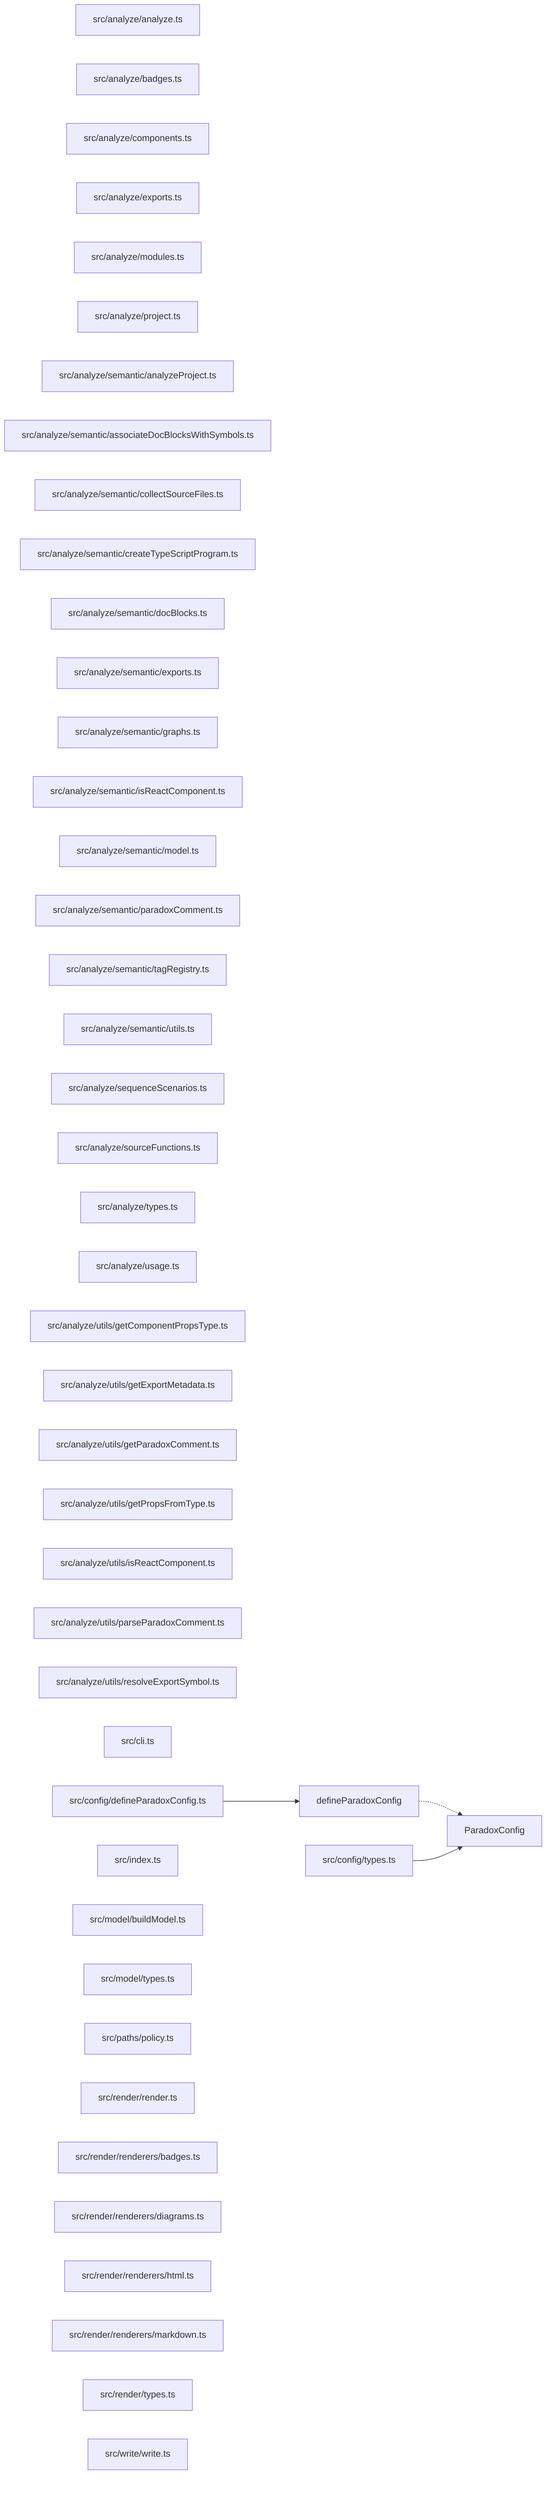
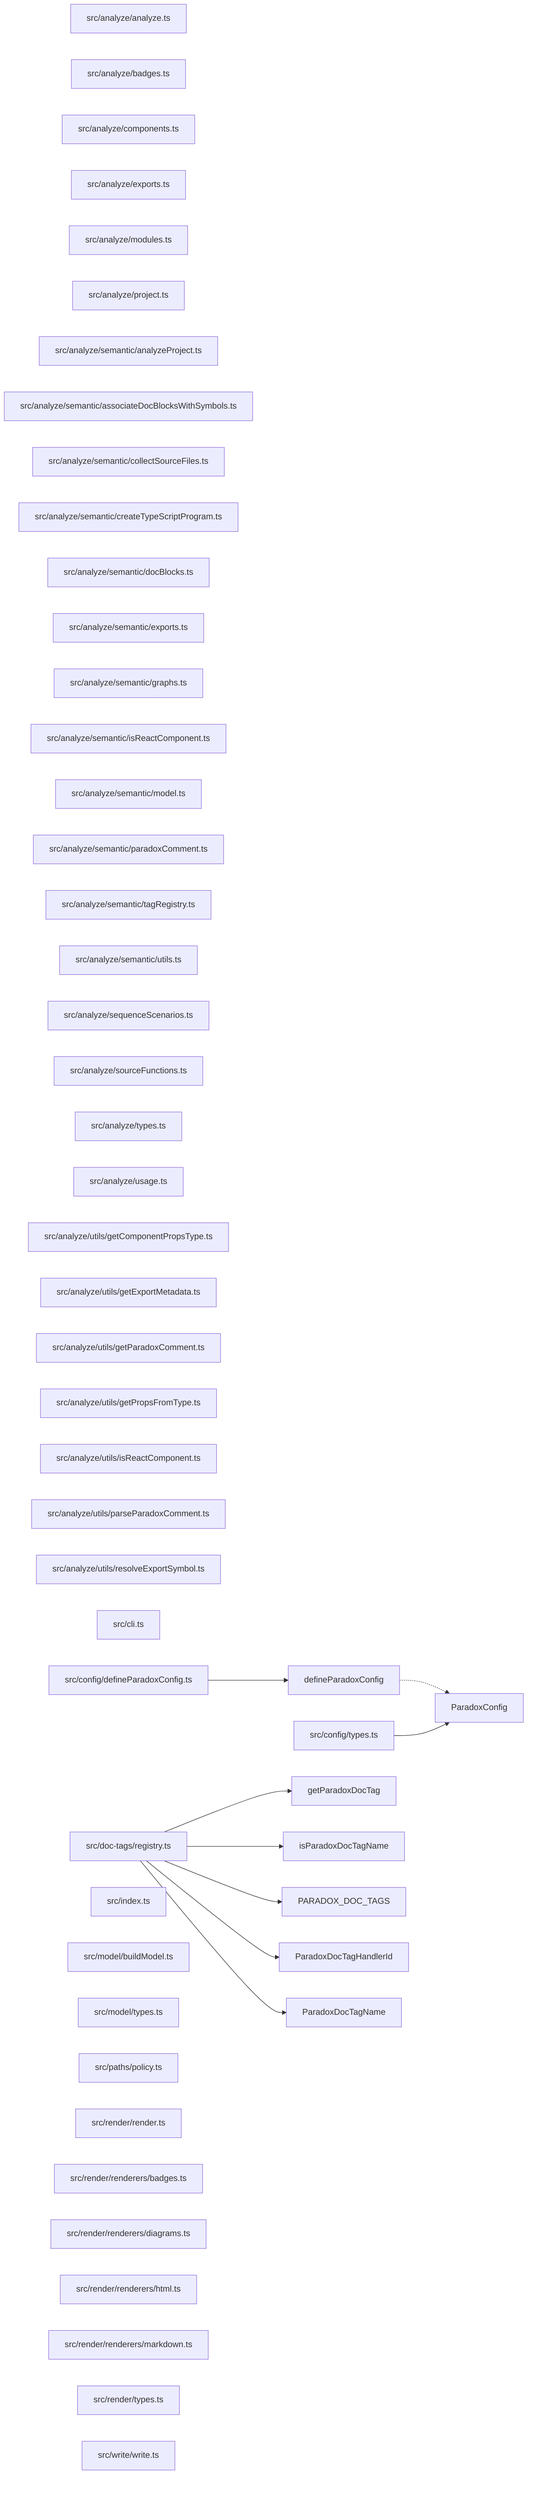
graph LR
  module_src_analyze_analyze_ts["src/analyze/analyze.ts"]
  module_src_analyze_badges_ts["src/analyze/badges.ts"]
  module_src_analyze_components_ts["src/analyze/components.ts"]
  module_src_analyze_exports_ts["src/analyze/exports.ts"]
  module_src_analyze_modules_ts["src/analyze/modules.ts"]
  module_src_analyze_project_ts["src/analyze/project.ts"]
  module_src_analyze_semantic_analyzeProject_ts["src/analyze/semantic/analyzeProject.ts"]
  module_src_analyze_semantic_associateDocBlocksWithSymbols_ts["src/analyze/semantic/associateDocBlocksWithSymbols.ts"]
  module_src_analyze_semantic_collectSourceFiles_ts["src/analyze/semantic/collectSourceFiles.ts"]
  module_src_analyze_semantic_createTypeScriptProgram_ts["src/analyze/semantic/createTypeScriptProgram.ts"]
  module_src_analyze_semantic_docBlocks_ts["src/analyze/semantic/docBlocks.ts"]
  module_src_analyze_semantic_exports_ts["src/analyze/semantic/exports.ts"]
  module_src_analyze_semantic_graphs_ts["src/analyze/semantic/graphs.ts"]
  module_src_analyze_semantic_isReactComponent_ts["src/analyze/semantic/isReactComponent.ts"]
  module_src_analyze_semantic_model_ts["src/analyze/semantic/model.ts"]
  module_src_analyze_semantic_paradoxComment_ts["src/analyze/semantic/paradoxComment.ts"]
  module_src_analyze_semantic_tagRegistry_ts["src/analyze/semantic/tagRegistry.ts"]
  module_src_analyze_semantic_utils_ts["src/analyze/semantic/utils.ts"]
  module_src_analyze_sequenceScenarios_ts["src/analyze/sequenceScenarios.ts"]
  module_src_analyze_sourceFunctions_ts["src/analyze/sourceFunctions.ts"]
  module_src_analyze_types_ts["src/analyze/types.ts"]
  module_src_analyze_usage_ts["src/analyze/usage.ts"]
  module_src_analyze_utils_getComponentPropsType_ts["src/analyze/utils/getComponentPropsType.ts"]
  module_src_analyze_utils_getExportMetadata_ts["src/analyze/utils/getExportMetadata.ts"]
  module_src_analyze_utils_getParadoxComment_ts["src/analyze/utils/getParadoxComment.ts"]
  module_src_analyze_utils_getPropsFromType_ts["src/analyze/utils/getPropsFromType.ts"]
  module_src_analyze_utils_isReactComponent_ts["src/analyze/utils/isReactComponent.ts"]
  module_src_analyze_utils_parseParadoxComment_ts["src/analyze/utils/parseParadoxComment.ts"]
  module_src_analyze_utils_resolveExportSymbol_ts["src/analyze/utils/resolveExportSymbol.ts"]
  module_src_cli_ts["src/cli.ts"]
  module_src_config_defineParadoxConfig_ts["src/config/defineParadoxConfig.ts"]
  module_src_config_types_ts["src/config/types.ts"]
+   module_src_doc_tags_registry_ts["src/doc-tags/registry.ts"]
  module_src_index_ts["src/index.ts"]
  module_src_model_buildModel_ts["src/model/buildModel.ts"]
  module_src_model_types_ts["src/model/types.ts"]
  module_src_paths_policy_ts["src/paths/policy.ts"]
  module_src_render_render_ts["src/render/render.ts"]
  module_src_render_renderers_badges_ts["src/render/renderers/badges.ts"]
  module_src_render_renderers_diagrams_ts["src/render/renderers/diagrams.ts"]
  module_src_render_renderers_html_ts["src/render/renderers/html.ts"]
  module_src_render_renderers_markdown_ts["src/render/renderers/markdown.ts"]
  module_src_render_types_ts["src/render/types.ts"]
  module_src_write_write_ts["src/write/write.ts"]
  export_defineParadoxConfig["defineParadoxConfig"]
  module_src_config_defineParadoxConfig_ts --> export_defineParadoxConfig
  export_defineParadoxConfig -.-> export_ParadoxConfig
+   export_getParadoxDocTag["getParadoxDocTag"]
+   module_src_doc_tags_registry_ts --> export_getParadoxDocTag
+   export_isParadoxDocTagName["isParadoxDocTagName"]
+   module_src_doc_tags_registry_ts --> export_isParadoxDocTagName
+   export_PARADOX_DOC_TAGS["PARADOX_DOC_TAGS"]
+   module_src_doc_tags_registry_ts --> export_PARADOX_DOC_TAGS
  export_ParadoxConfig["ParadoxConfig"]
  module_src_config_types_ts --> export_ParadoxConfig
+   export_ParadoxDocTagHandlerId["ParadoxDocTagHandlerId"]
+   module_src_doc_tags_registry_ts --> export_ParadoxDocTagHandlerId
+   export_ParadoxDocTagName["ParadoxDocTagName"]
+   module_src_doc_tags_registry_ts --> export_ParadoxDocTagName
